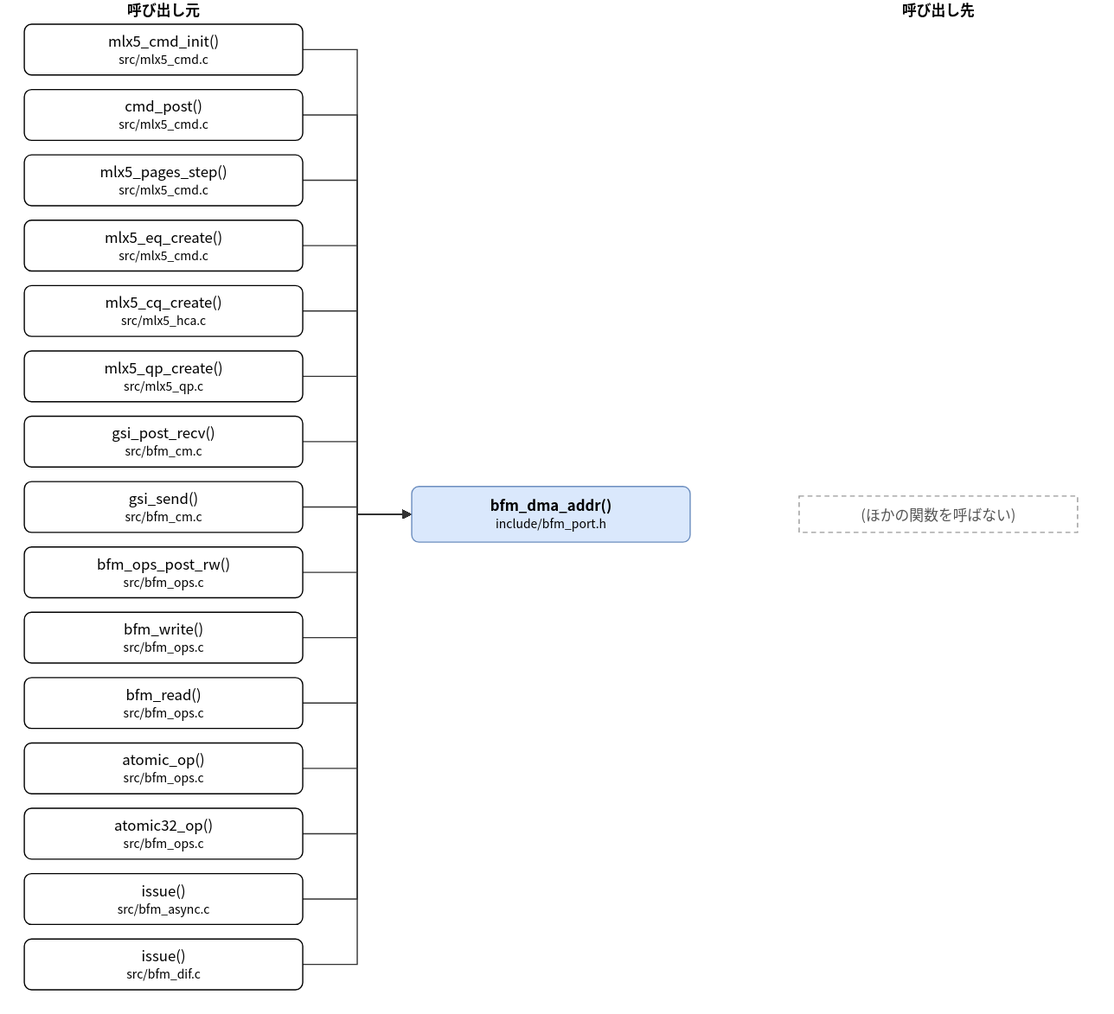
hf355051012-ai/bfmem keeps this draw.io diagram as doc/spec/images/call_include_bfm_port-bfm_dma_addr.drawio.svg. Above is the earlier version. Source tidied: cells renumbered, new cells last; positions are measured from the earlier drawing's top-left corner, leaving out a move shared by most shapes.
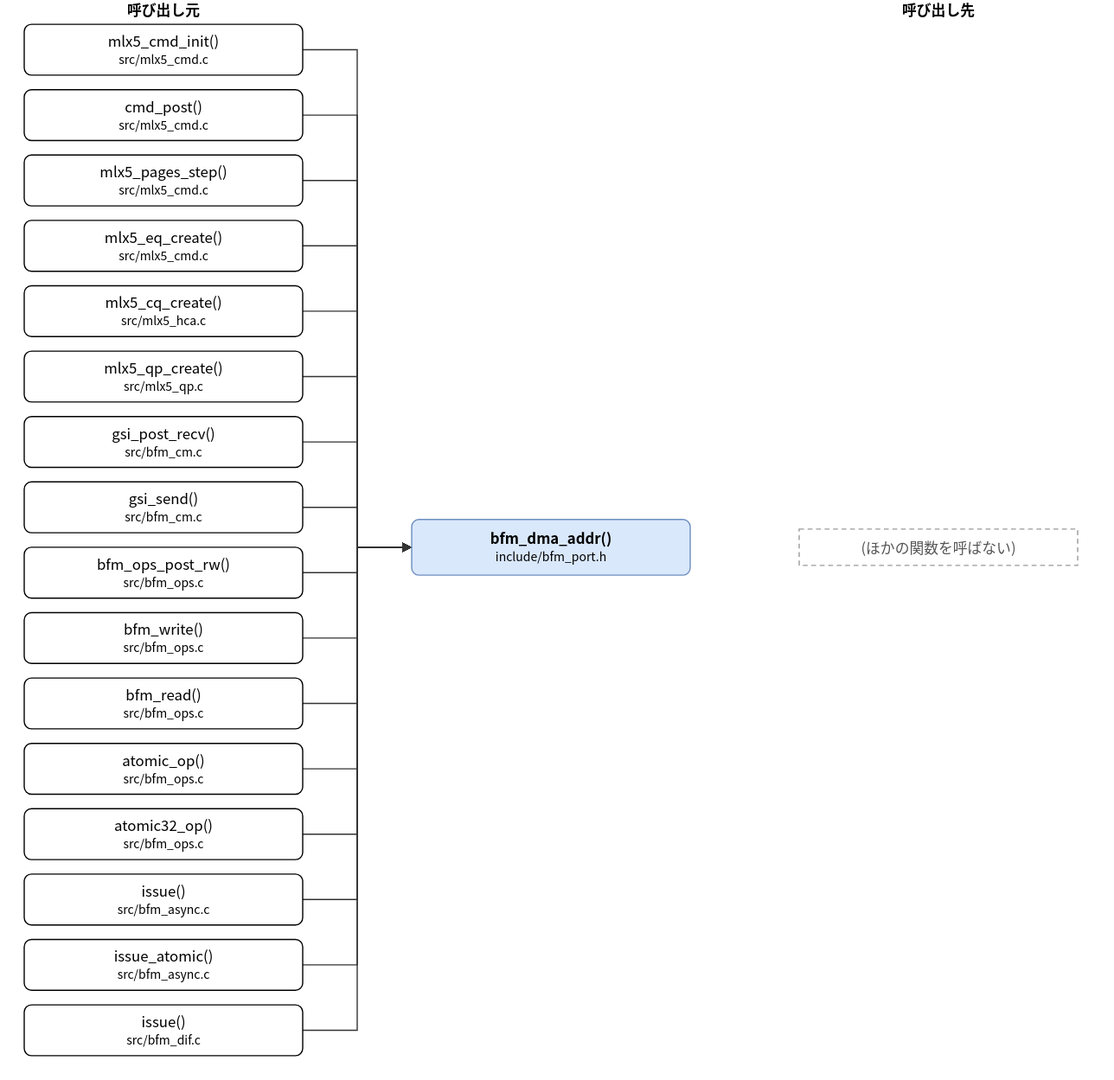
The same file after the commit.

Diff of the diagram source:
```diff
@@ -3,7 +3,7 @@
     <mxCell id="0" />
     <mxCell id="1" parent="0" />
     <mxCell id="2" value="bfm_dma_addr()&lt;br&gt;&lt;font style=&quot;font-size:10px&quot;&gt;include/bfm_port.h&lt;/font&gt;" style="rounded=1;whiteSpace=wrap;html=1;fillColor=#dae8fc;strokeColor=#6c8ebf;fontStyle=1;" parent="1" vertex="1">
-      <mxGeometry x="320" y="402" width="230" height="46" as="geometry" />
+      <mxGeometry x="320" y="429" width="230" height="46" as="geometry" />
     </mxCell>
     <mxCell id="3" value="mlx5_cmd_init()&lt;br&gt;&lt;font style=&quot;font-size:10px&quot;&gt;src/mlx5_cmd.c&lt;/font&gt;" style="rounded=1;whiteSpace=wrap;html=1;" parent="1" vertex="1">
       <mxGeometry y="20" width="230" height="42" as="geometry" />
@@ -47,17 +47,20 @@
     <mxCell id="16" value="issue()&lt;br&gt;&lt;font style=&quot;font-size:10px&quot;&gt;src/bfm_async.c&lt;/font&gt;" style="rounded=1;whiteSpace=wrap;html=1;" parent="1" vertex="1">
       <mxGeometry y="722" width="230" height="42" as="geometry" />
     </mxCell>
-    <mxCell id="17" value="issue()&lt;br&gt;&lt;font style=&quot;font-size:10px&quot;&gt;src/bfm_dif.c&lt;/font&gt;" style="rounded=1;whiteSpace=wrap;html=1;" parent="1" vertex="1">
+    <mxCell id="17" value="issue_atomic()&lt;br&gt;&lt;font style=&quot;font-size:10px&quot;&gt;src/bfm_async.c&lt;/font&gt;" style="rounded=1;whiteSpace=wrap;html=1;" parent="1" vertex="1">
       <mxGeometry y="776" width="230" height="42" as="geometry" />
     </mxCell>
+    <mxCell id="36" value="issue()&lt;br&gt;&lt;font style=&quot;font-size:10px&quot;&gt;src/bfm_dif.c&lt;/font&gt;" style="rounded=1;whiteSpace=wrap;html=1;" parent="1" vertex="1">
+      <mxGeometry y="830" width="230" height="42" as="geometry" />
+    </mxCell>
     <mxCell id="18" value="(ほかの関数を呼ばない)" style="rounded=0;whiteSpace=wrap;html=1;dashed=1;strokeColor=#999999;fontColor=#555555;dashed=1;" parent="1" vertex="1">
-      <mxGeometry x="640" y="410" width="230" height="30" as="geometry" />
+      <mxGeometry x="640" y="437" width="230" height="30" as="geometry" />
     </mxCell>
     <mxCell id="19" style="edgeStyle=none;html=1;rounded=0;endArrow=block;endFill=1;exitX=1.0000;exitY=0.5000;exitDx=0;exitDy=0;exitPerimeter=0;entryX=0.0000;entryY=0.5000;entryDx=0;entryDy=0;entryPerimeter=0;" parent="1" edge="1" source="3" target="2">
       <mxGeometry relative="1" as="geometry">
         <Array as="points">
           <mxPoint x="275" y="41" />
-          <mxPoint x="275" y="425" />
+          <mxPoint x="275" y="452" />
         </Array>
       </mxGeometry>
     </mxCell>
@@ -65,7 +68,7 @@
       <mxGeometry relative="1" as="geometry">
         <Array as="points">
           <mxPoint x="275" y="95" />
-          <mxPoint x="275" y="425" />
+          <mxPoint x="275" y="452" />
         </Array>
       </mxGeometry>
     </mxCell>
@@ -73,7 +76,7 @@
       <mxGeometry relative="1" as="geometry">
         <Array as="points">
           <mxPoint x="275" y="149" />
-          <mxPoint x="275" y="425" />
+          <mxPoint x="275" y="452" />
         </Array>
       </mxGeometry>
     </mxCell>
@@ -81,7 +84,7 @@
       <mxGeometry relative="1" as="geometry">
         <Array as="points">
           <mxPoint x="275" y="203" />
-          <mxPoint x="275" y="425" />
+          <mxPoint x="275" y="452" />
         </Array>
       </mxGeometry>
     </mxCell>
@@ -89,7 +92,7 @@
       <mxGeometry relative="1" as="geometry">
         <Array as="points">
           <mxPoint x="275" y="257" />
-          <mxPoint x="275" y="425" />
+          <mxPoint x="275" y="452" />
         </Array>
       </mxGeometry>
     </mxCell>
@@ -97,7 +100,7 @@
       <mxGeometry relative="1" as="geometry">
         <Array as="points">
           <mxPoint x="275" y="311" />
-          <mxPoint x="275" y="425" />
+          <mxPoint x="275" y="452" />
         </Array>
       </mxGeometry>
     </mxCell>
@@ -105,7 +108,7 @@
       <mxGeometry relative="1" as="geometry">
         <Array as="points">
           <mxPoint x="275" y="365" />
-          <mxPoint x="275" y="425" />
+          <mxPoint x="275" y="452" />
         </Array>
       </mxGeometry>
     </mxCell>
@@ -113,7 +116,7 @@
       <mxGeometry relative="1" as="geometry">
         <Array as="points">
           <mxPoint x="275" y="419" />
-          <mxPoint x="275" y="425" />
+          <mxPoint x="275" y="452" />
         </Array>
       </mxGeometry>
     </mxCell>
@@ -121,7 +124,7 @@
       <mxGeometry relative="1" as="geometry">
         <Array as="points">
           <mxPoint x="275" y="473" />
-          <mxPoint x="275" y="425" />
+          <mxPoint x="275" y="452" />
         </Array>
       </mxGeometry>
     </mxCell>
@@ -129,7 +132,7 @@
       <mxGeometry relative="1" as="geometry">
         <Array as="points">
           <mxPoint x="275" y="527" />
-          <mxPoint x="275" y="425" />
+          <mxPoint x="275" y="452" />
         </Array>
       </mxGeometry>
     </mxCell>
@@ -137,7 +140,7 @@
       <mxGeometry relative="1" as="geometry">
         <Array as="points">
           <mxPoint x="275" y="581" />
-          <mxPoint x="275" y="425" />
+          <mxPoint x="275" y="452" />
         </Array>
       </mxGeometry>
     </mxCell>
@@ -145,7 +148,7 @@
       <mxGeometry relative="1" as="geometry">
         <Array as="points">
           <mxPoint x="275" y="635" />
-          <mxPoint x="275" y="425" />
+          <mxPoint x="275" y="452" />
         </Array>
       </mxGeometry>
     </mxCell>
@@ -153,7 +156,7 @@
       <mxGeometry relative="1" as="geometry">
         <Array as="points">
           <mxPoint x="275" y="689" />
-          <mxPoint x="275" y="425" />
+          <mxPoint x="275" y="452" />
         </Array>
       </mxGeometry>
     </mxCell>
@@ -161,7 +164,7 @@
       <mxGeometry relative="1" as="geometry">
         <Array as="points">
           <mxPoint x="275" y="743" />
-          <mxPoint x="275" y="425" />
+          <mxPoint x="275" y="452" />
         </Array>
       </mxGeometry>
     </mxCell>
@@ -169,10 +172,18 @@
       <mxGeometry relative="1" as="geometry">
         <Array as="points">
           <mxPoint x="275" y="797" />
-          <mxPoint x="275" y="425" />
+          <mxPoint x="275" y="452" />
         </Array>
       </mxGeometry>
     </mxCell>
+    <mxCell id="37" style="edgeStyle=none;html=1;rounded=0;endArrow=block;endFill=1;exitX=1.0000;exitY=0.5000;exitDx=0;exitDy=0;exitPerimeter=0;entryX=0.0000;entryY=0.5000;entryDx=0;entryDy=0;entryPerimeter=0;" parent="1" edge="1" source="36" target="2">
+      <mxGeometry relative="1" as="geometry">
+        <Array as="points">
+          <mxPoint x="275" y="851" />
+          <mxPoint x="275" y="452" />
+        </Array>
+      </mxGeometry>
+    </mxCell>
     <mxCell id="34" value="呼び出し元" style="text;html=1;align=center;fontStyle=1;" parent="1" vertex="1">
       <mxGeometry x="35" width="160" height="18" as="geometry" />
     </mxCell>
```
